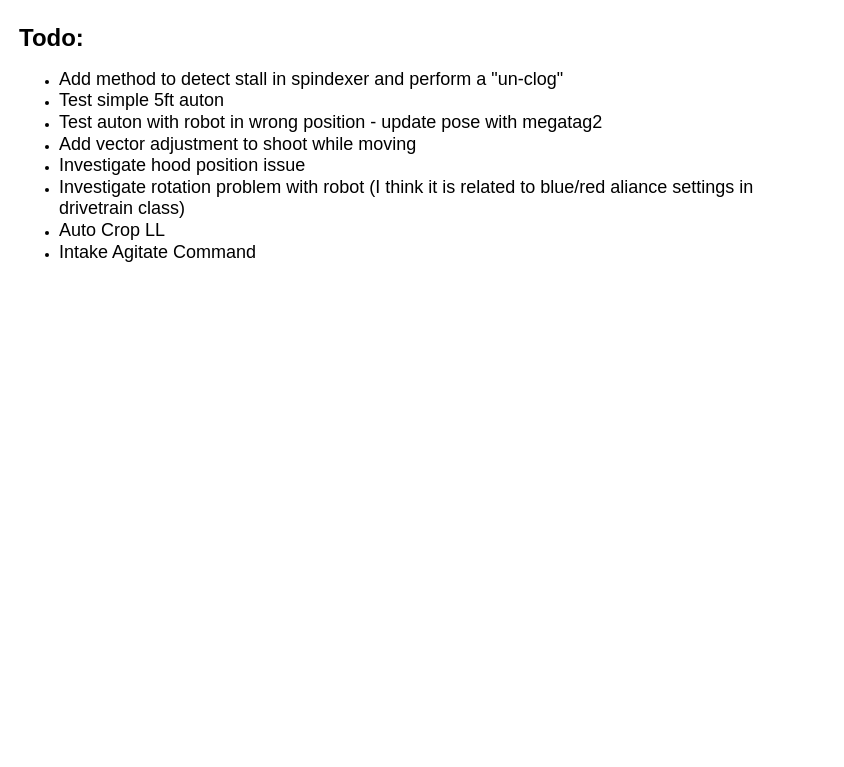
FRC1296/RhsRobot2026 keeps this draw.io diagram as diagrams/ToDo.drawio. Above is the earlier version. Source tidied: cells renumbered, new cells numbered last; positions are measured from the earlier drawing's top-left corner, leaving out a move shared by most shapes. Both pictures are drawn from the tidied source at 100%, with x=0, y=0 at pixel (17, 17).
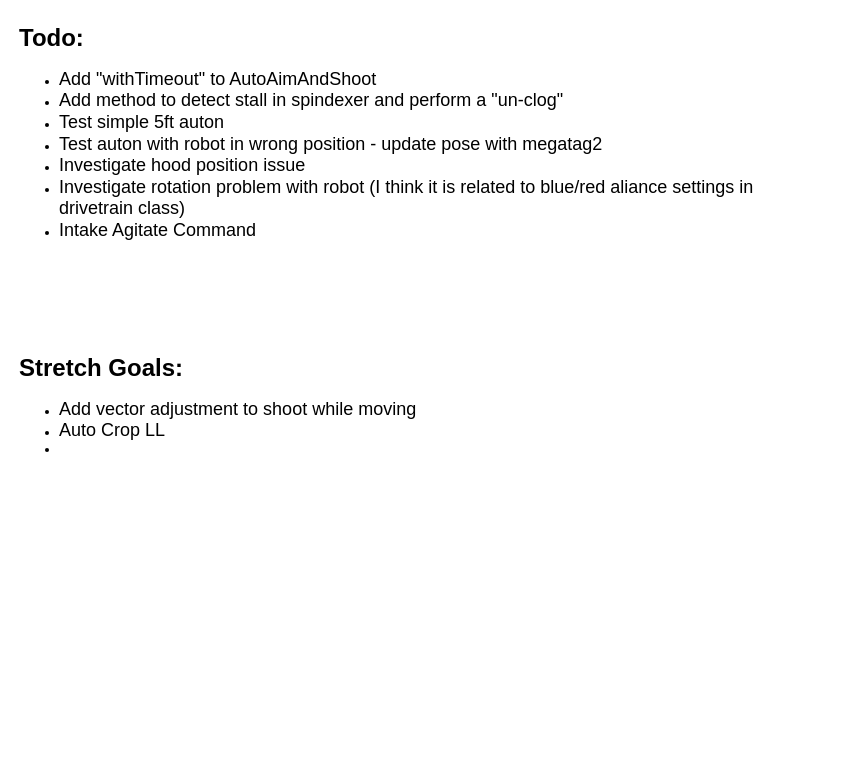
The same page after the edit.

Commit message:
Add Stretch Goal list

Change to the diagram source:
```diff
@@
 <mxGraphModel>
   <root>
     <mxCell id="0" />
     <mxCell id="1" parent="0" />
-    <mxCell id="2" value="&lt;h1 style=&quot;margin-top: 0px;&quot;&gt;Todo:&lt;/h1&gt;&lt;p&gt;&lt;/p&gt;&lt;ul&gt;&lt;li&gt;&lt;font style=&quot;font-size: 18px;&quot;&gt;Add method to detect stall in spindexer and perform a &quot;un-clog&quot;&lt;/font&gt;&lt;/li&gt;&lt;li&gt;&lt;font style=&quot;font-size: 18px;&quot;&gt;Test simple 5ft auton&lt;/font&gt;&lt;/li&gt;&lt;li&gt;&lt;font style=&quot;font-size: 18px;&quot;&gt;Test auton with robot in wrong position - update pose with megatag2&lt;/font&gt;&lt;/li&gt;&lt;li&gt;&lt;font style=&quot;font-size: 18px;&quot;&gt;Add vector adjustment to shoot while moving&lt;/font&gt;&lt;/li&gt;&lt;li&gt;&lt;span style=&quot;font-size: 18px;&quot;&gt;Investigate hood position issue&lt;/span&gt;&lt;/li&gt;&lt;li&gt;&lt;span style=&quot;font-size: 18px;&quot;&gt;Investigate rotation problem with robot (I think it is related to blue/red aliance settings in drivetrain class)&lt;/span&gt;&lt;/li&gt;&lt;li&gt;&lt;span style=&quot;font-size: 18px;&quot;&gt;Auto Crop LL&lt;/span&gt;&lt;/li&gt;&lt;li&gt;&lt;span style=&quot;font-size: 18px;&quot;&gt;Intake Agitate Command&lt;/span&gt;&lt;/li&gt;&lt;/ul&gt;&lt;p&gt;&lt;/p&gt;" style="text;html=1;whiteSpace=wrap;overflow=hidden;rounded=0;" parent="1" vertex="1">
+    <mxCell id="2" value="&lt;h1 style=&quot;margin-top: 0px;&quot;&gt;Todo:&lt;/h1&gt;&lt;p&gt;&lt;/p&gt;&lt;ul&gt;&lt;li&gt;&lt;font style=&quot;font-size: 18px;&quot;&gt;Add &quot;withTimeout&quot; to AutoAimAndShoot&lt;/font&gt;&lt;/li&gt;&lt;li&gt;&lt;font style=&quot;font-size: 18px;&quot;&gt;Add method to detect stall in spindexer and perform a &quot;un-clog&quot;&lt;/font&gt;&lt;/li&gt;&lt;li&gt;&lt;font style=&quot;font-size: 18px;&quot;&gt;Test simple 5ft auton&lt;/font&gt;&lt;/li&gt;&lt;li&gt;&lt;font style=&quot;font-size: 18px;&quot;&gt;Test auton with robot in wrong position - update pose with megatag2&lt;/font&gt;&lt;/li&gt;&lt;li&gt;&lt;span style=&quot;font-size: 18px;&quot;&gt;Investigate hood position issue&lt;/span&gt;&lt;/li&gt;&lt;li&gt;&lt;span style=&quot;font-size: 18px;&quot;&gt;Investigate rotation problem with robot (I think it is related to blue/red aliance settings in drivetrain class)&lt;/span&gt;&lt;/li&gt;&lt;li&gt;&lt;span style=&quot;font-size: 18px;&quot;&gt;Intake Agitate Command&lt;/span&gt;&lt;/li&gt;&lt;/ul&gt;&lt;p&gt;&lt;/p&gt;" style="text;html=1;whiteSpace=wrap;overflow=hidden;rounded=0;" parent="1" vertex="1">
       <mxGeometry width="810" height="400" as="geometry" />
     </mxCell>
+    <mxCell id="3" value="&lt;h1 style=&quot;margin-top: 0px;&quot;&gt;Stretch Goals:&lt;/h1&gt;&lt;ul&gt;&lt;li&gt;&lt;font style=&quot;font-size: 18px;&quot;&gt;Add vector adjustment to shoot while moving&lt;/font&gt;&lt;/li&gt;&lt;li&gt;&lt;span style=&quot;font-size: 18px;&quot;&gt;Auto Crop LL&lt;/span&gt;&lt;/li&gt;&lt;li&gt;&lt;br&gt;&lt;/li&gt;&lt;/ul&gt;&lt;p&gt;&lt;/p&gt;" style="text;html=1;whiteSpace=wrap;overflow=hidden;rounded=0;" parent="1" vertex="1">
+      <mxGeometry y="330" width="810" height="400" as="geometry" />
+    </mxCell>
   </root>
 </mxGraphModel>
```
